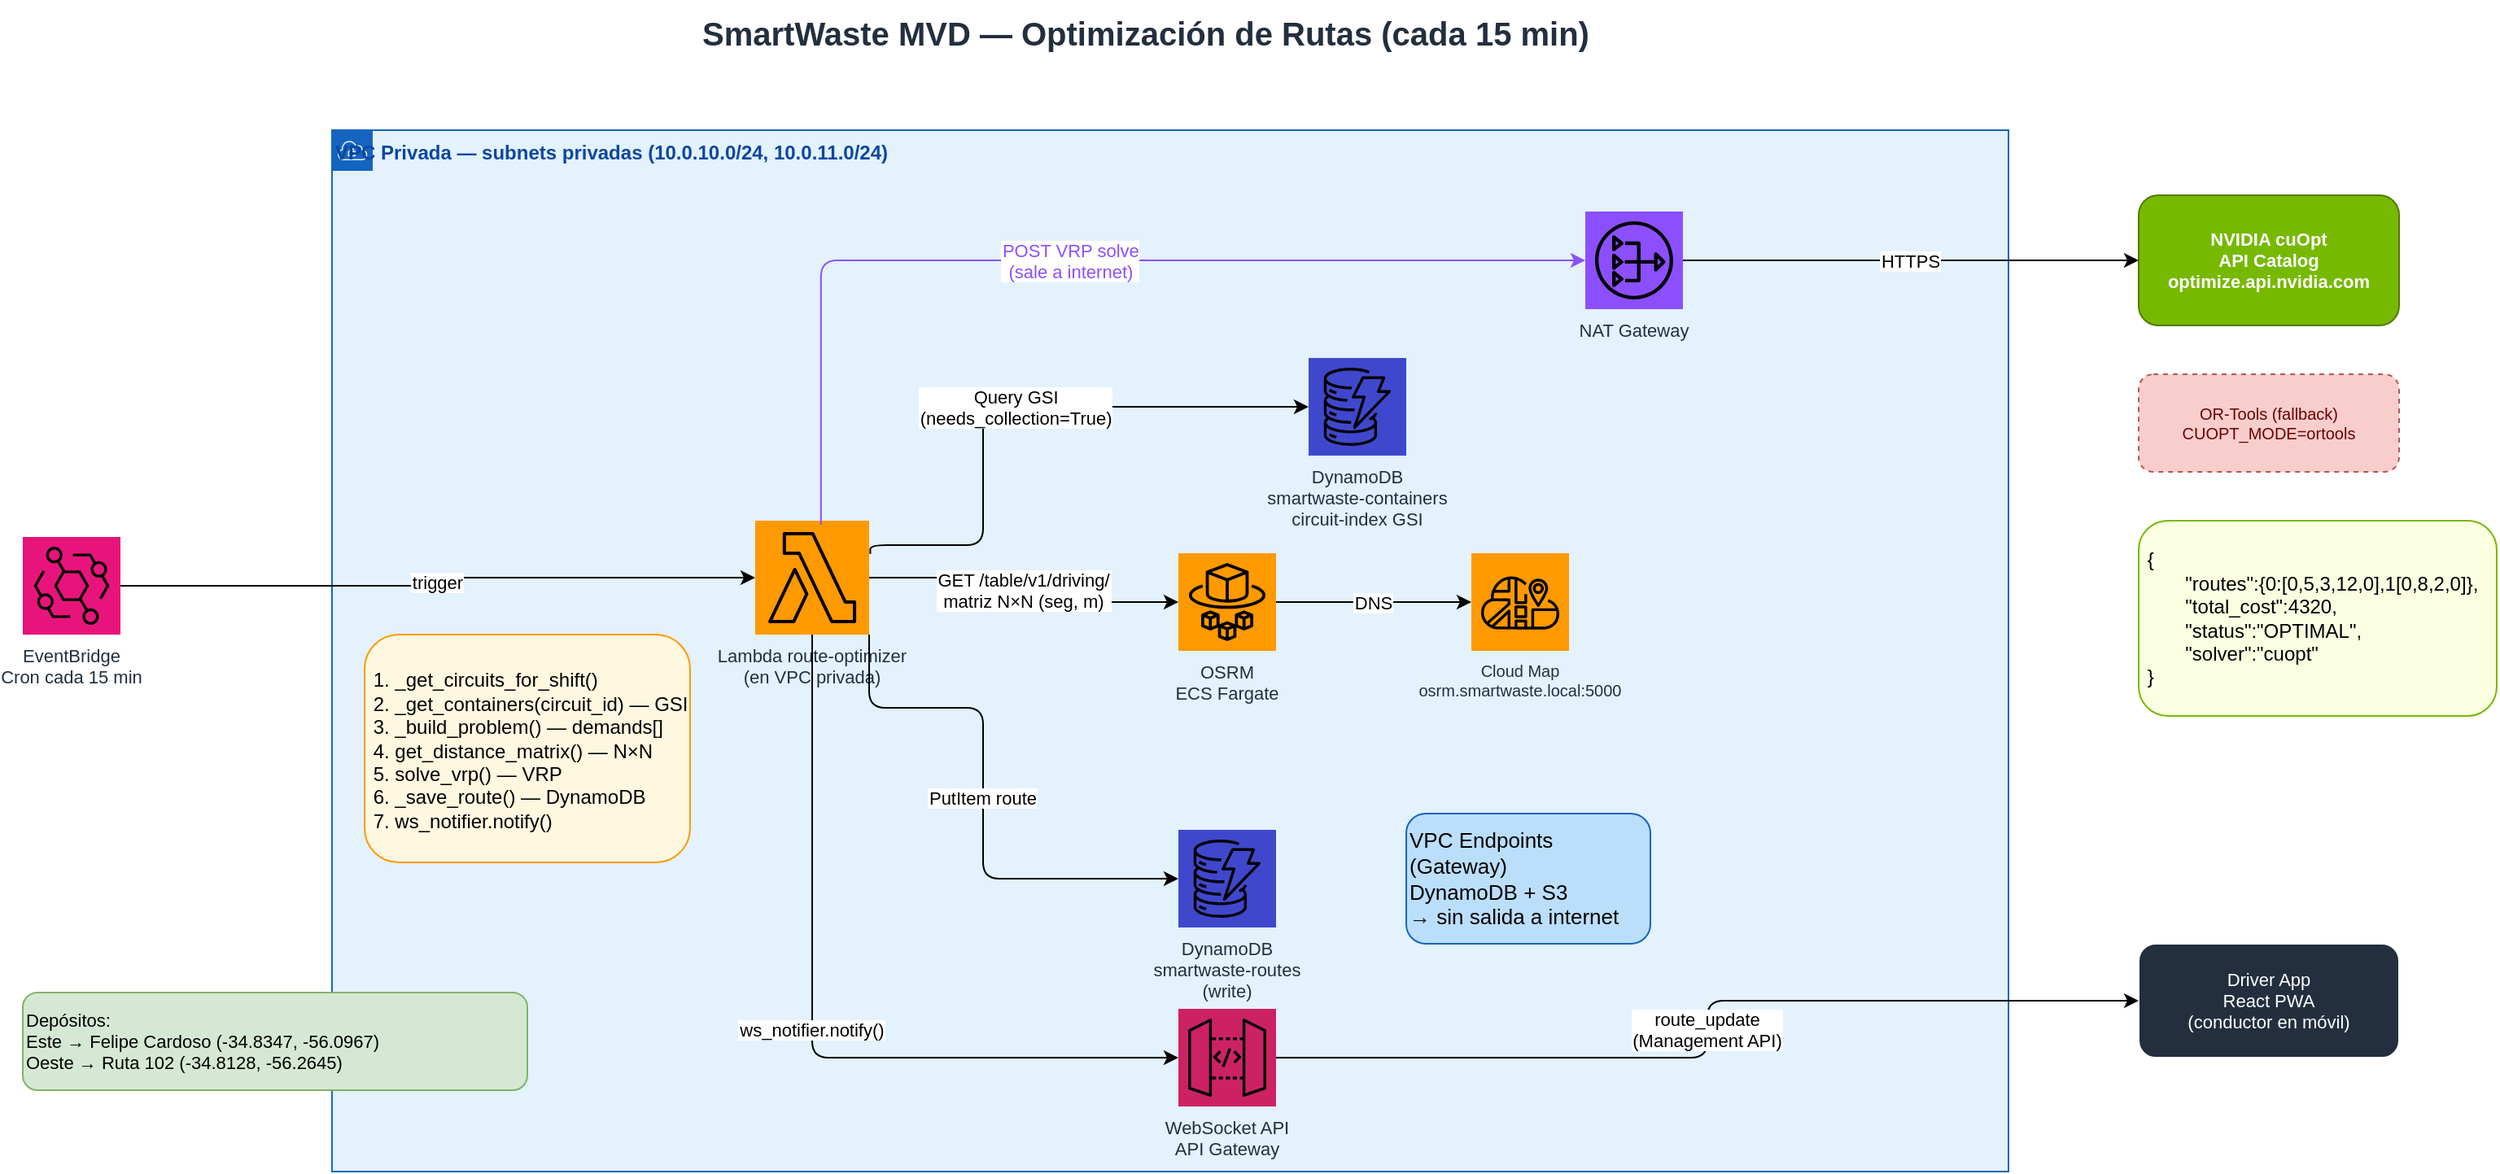
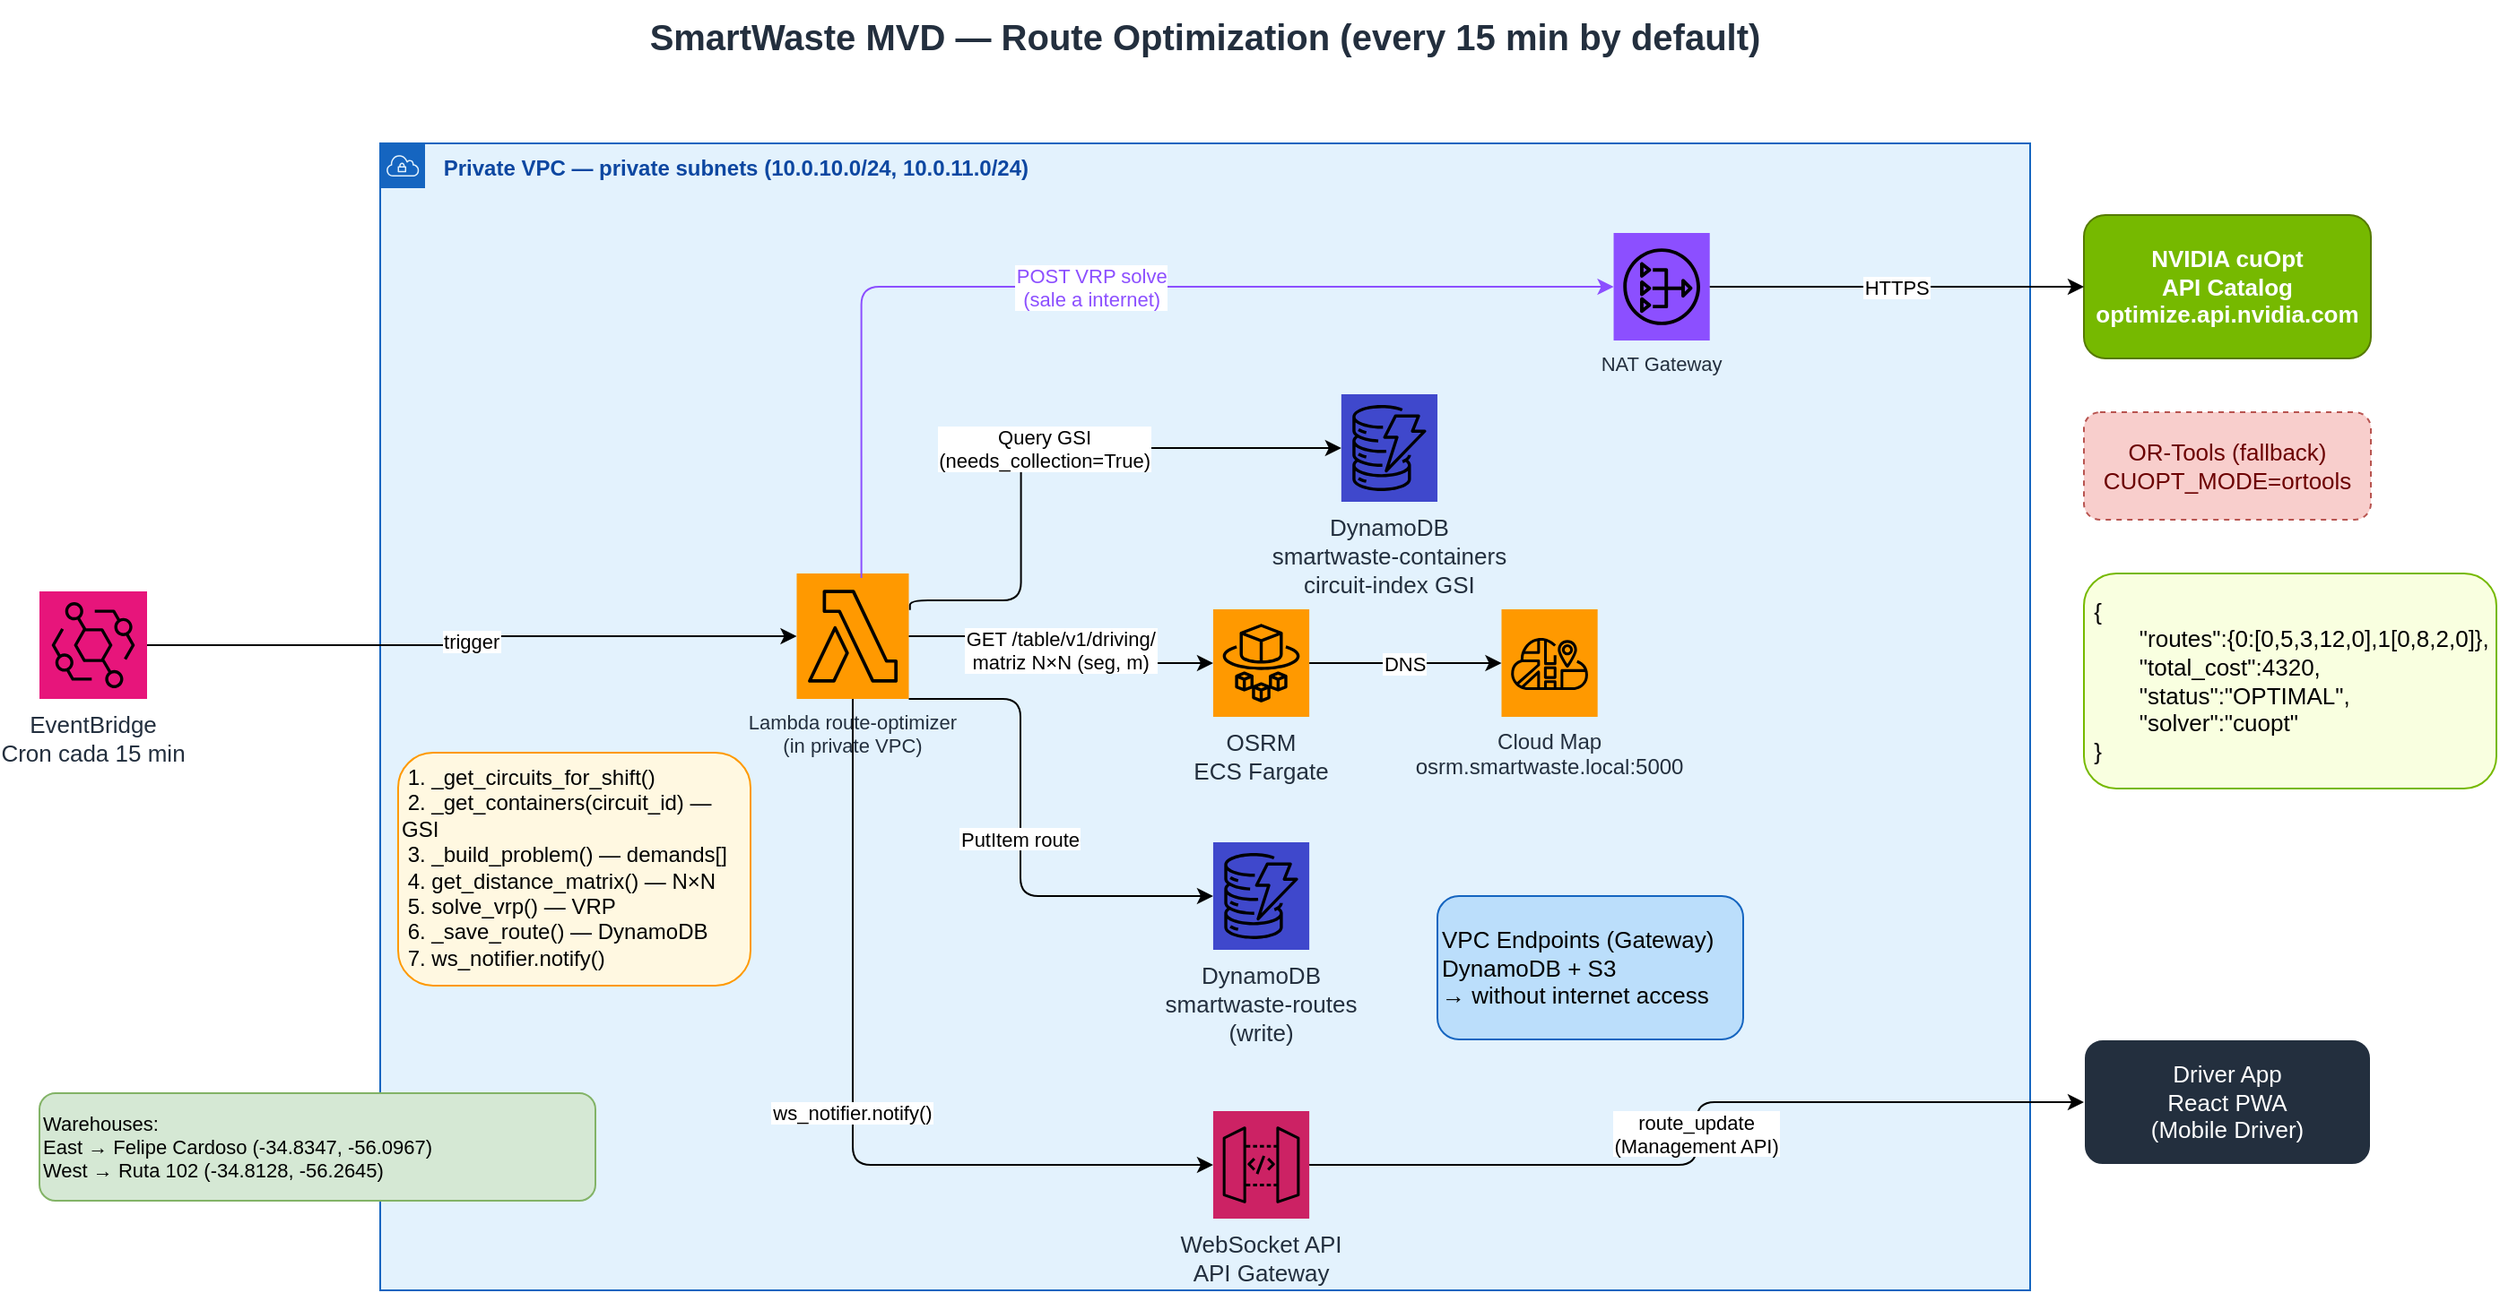
<mxfile host="app.diagrams.net">
  <diagram name="Optimizacion de Rutas" id="route-optimization">
-     <mxGraphModel dx="1071" dy="737" grid="1" gridSize="10" guides="1" tooltips="1" connect="1" arrows="1" fold="1" page="1" pageScale="1" pageWidth="1654" pageHeight="860" math="0" shadow="0" adaptiveColors="auto">
+     <mxGraphModel dx="1483" dy="1020" grid="0" gridSize="10" guides="1" tooltips="1" connect="1" arrows="1" fold="1" page="1" pageScale="1" pageWidth="1654" pageHeight="860" background="#ffffff" math="0" shadow="0" adaptiveColors="auto">
      <root>
        <mxCell id="0" />
        <mxCell id="1" parent="0" />
-         <mxCell id="title" parent="1" style="text;html=1;strokeColor=none;fillColor=none;align=center;verticalAlign=middle;whiteSpace=wrap;fontSize=20;fontStyle=1;fontColor=#232F3E;" value="SmartWaste MVD — Optimización de Rutas (cada 15 min)" vertex="1">
-           <mxGeometry height="40" width="1100" x="200" y="20" as="geometry" />
+         <mxCell id="title" parent="1" style="text;html=1;strokeColor=none;fillColor=none;align=center;verticalAlign=middle;whiteSpace=wrap;fontSize=20;fontStyle=1;fontColor=#232F3E;" value="SmartWaste MVD —&amp;nbsp;Route Optimization (every 15 min by default)" vertex="1">
+           <mxGeometry height="40" width="1100" x="160" y="20" as="geometry" />
        </mxCell>
-         <mxCell id="eb" parent="1" style="shape=mxgraph.aws4.resourceIcon;resIcon=mxgraph.aws4.eventbridge;fillColor=#E7157B;strokeColor=none;fontColor=#232F3E;fontSize=11;labelPosition=center;verticalLabelPosition=bottom;verticalAlign=top;" value="EventBridge&#xa;Cron cada 15 min" vertex="1">
+         <mxCell id="eb" parent="1" style="shape=mxgraph.aws4.resourceIcon;resIcon=mxgraph.aws4.eventbridge;fillColor=#E7157B;strokeColor=none;fontColor=#232F3E;fontSize=13;labelPosition=center;verticalLabelPosition=bottom;verticalAlign=top;" value="EventBridge&#xa;Cron cada 15 min" vertex="1">
          <mxGeometry height="60" width="60" x="60" y="350" as="geometry" />
        </mxCell>
-         <mxCell id="vpc" parent="1" style="points=[[0,0],[0.25,0],[0.5,0],[0.75,0],[1,0],[1,0.25],[1,0.5],[1,0.75],[1,1],[0.75,1],[0.5,1],[0.25,1],[0,1],[0,0.75],[0,0.5],[0,0.25]];shape=mxgraph.aws4.group;grIcon=mxgraph.aws4.group_vpc;fillColor=#E3F2FD;strokeColor=#1565C0;fontStyle=1;fontSize=12;verticalAlign=top;align=left;fontColor=#0D47A1;" value="VPC Privada — subnets privadas (10.0.10.0/24, 10.0.11.0/24)" vertex="1">
-           <mxGeometry height="640" width="1030" x="250" y="100" as="geometry" />
+         <mxCell id="vpc" parent="1" style="points=[[0,0],[0.25,0],[0.5,0],[0.75,0],[1,0],[1,0.25],[1,0.5],[1,0.75],[1,1],[0.75,1],[0.5,1],[0.25,1],[0,1],[0,0.75],[0,0.5],[0,0.25]];shape=mxgraph.aws4.group;grIcon=mxgraph.aws4.group_vpc;fillColor=#E3F2FD;strokeColor=#1565C0;fontStyle=1;fontSize=12;verticalAlign=top;align=left;fontColor=#0D47A1;" value="          Private VPC — private subnets (10.0.10.0/24, 10.0.11.0/24)" vertex="1">
+           <mxGeometry height="640" width="920" x="250" y="100" as="geometry" />
        </mxCell>
-         <mxCell id="ro" parent="vpc" style="shape=mxgraph.aws4.resourceIcon;resIcon=mxgraph.aws4.lambda;fillColor=#FF9900;strokeColor=none;fontColor=#232F3E;fontSize=11;labelPosition=center;verticalLabelPosition=bottom;verticalAlign=top;" value="Lambda route-optimizer&#xa;(en VPC privada)" vertex="1">
-           <mxGeometry height="70" width="70" x="260" y="240" as="geometry" />
+         <mxCell id="ro" parent="vpc" style="shape=mxgraph.aws4.resourceIcon;resIcon=mxgraph.aws4.lambda;fillColor=#FF9900;strokeColor=none;fontColor=#232F3E;fontSize=11;labelPosition=center;verticalLabelPosition=bottom;verticalAlign=top;" value="Lambda route-optimizer&#xa;(in private VPC)" vertex="1">
+           <mxGeometry height="70" width="62.5242718446602" x="232.23300970873788" y="240" as="geometry" />
        </mxCell>
-         <mxCell id="steps" parent="vpc" style="text;html=1;strokeColor=#FF9900;fillColor=#fff8e1;align=left;verticalAlign=top;whiteSpace=wrap;rounded=1;fontSize=10;" value="&lt;div&gt;&lt;font style=&quot;font-size: 12px;&quot;&gt;&lt;br&gt;&lt;/font&gt;&lt;/div&gt;&lt;font style=&quot;font-size: 12px;&quot;&gt;&lt;div style=&quot;&quot;&gt;&lt;span style=&quot;background-color: transparent; color: light-dark(rgb(0, 0, 0), rgb(255, 255, 255));&quot;&gt;&amp;nbsp;1. _get_circuits_for_shift()&lt;/span&gt;&lt;/div&gt;&lt;div style=&quot;&quot;&gt;&lt;span style=&quot;background-color: transparent; color: light-dark(rgb(0, 0, 0), rgb(255, 255, 255));&quot;&gt;&amp;nbsp;2. _get_containers(circuit_id) — GSI&lt;/span&gt;&lt;/div&gt;&lt;div style=&quot;&quot;&gt;&lt;span style=&quot;background-color: transparent; color: light-dark(rgb(0, 0, 0), rgb(255, 255, 255));&quot;&gt;&amp;nbsp;3. _build_problem() — demands[]&lt;/span&gt;&lt;/div&gt;&lt;div style=&quot;&quot;&gt;&lt;span style=&quot;background-color: transparent; color: light-dark(rgb(0, 0, 0), rgb(255, 255, 255));&quot;&gt;&amp;nbsp;4. get_distance_matrix() — N×N&lt;/span&gt;&lt;/div&gt;&lt;div style=&quot;&quot;&gt;&lt;span style=&quot;background-color: transparent; color: light-dark(rgb(0, 0, 0), rgb(255, 255, 255));&quot;&gt;&amp;nbsp;5. solve_vrp() — VRP&lt;/span&gt;&lt;/div&gt;&lt;div style=&quot;&quot;&gt;&lt;span style=&quot;background-color: transparent; color: light-dark(rgb(0, 0, 0), rgb(255, 255, 255));&quot;&gt;&amp;nbsp;6. _save_route() — DynamoDB&lt;/span&gt;&lt;/div&gt;&lt;div style=&quot;&quot;&gt;&lt;span style=&quot;background-color: transparent; color: light-dark(rgb(0, 0, 0), rgb(255, 255, 255));&quot;&gt;&amp;nbsp;7. ws_notifier.notify()&lt;/span&gt;&lt;/div&gt;&lt;/font&gt;" vertex="1">
-           <mxGeometry height="140" width="200" x="20" y="310" as="geometry" />
+         <mxCell id="steps" parent="vpc" style="text;html=1;strokeColor=#FF9900;fillColor=#fff8e1;align=left;verticalAlign=top;whiteSpace=wrap;rounded=1;fontSize=10;" value="&lt;div&gt;&lt;span style=&quot;background-color: transparent; color: light-dark(rgb(0, 0, 0), rgb(255, 255, 255)); font-size: 12px;&quot;&gt;&amp;nbsp;1. _get_circuits_for_shift()&lt;/span&gt;&lt;/div&gt;&lt;font style=&quot;font-size: 12px;&quot;&gt;&lt;div style=&quot;&quot;&gt;&lt;span style=&quot;background-color: transparent; color: light-dark(rgb(0, 0, 0), rgb(255, 255, 255));&quot;&gt;&amp;nbsp;2. _get_containers(circuit_id) — GSI&lt;/span&gt;&lt;/div&gt;&lt;div style=&quot;&quot;&gt;&lt;span style=&quot;background-color: transparent; color: light-dark(rgb(0, 0, 0), rgb(255, 255, 255));&quot;&gt;&amp;nbsp;3. _build_problem() — demands[]&lt;/span&gt;&lt;/div&gt;&lt;div style=&quot;&quot;&gt;&lt;span style=&quot;background-color: transparent; color: light-dark(rgb(0, 0, 0), rgb(255, 255, 255));&quot;&gt;&amp;nbsp;4. get_distance_matrix() — N×N&lt;/span&gt;&lt;/div&gt;&lt;div style=&quot;&quot;&gt;&lt;span style=&quot;background-color: transparent; color: light-dark(rgb(0, 0, 0), rgb(255, 255, 255));&quot;&gt;&amp;nbsp;5. solve_vrp() — VRP&lt;/span&gt;&lt;/div&gt;&lt;div style=&quot;&quot;&gt;&lt;span style=&quot;background-color: transparent; color: light-dark(rgb(0, 0, 0), rgb(255, 255, 255));&quot;&gt;&amp;nbsp;6. _save_route() — DynamoDB&lt;/span&gt;&lt;/div&gt;&lt;div style=&quot;&quot;&gt;&lt;span style=&quot;background-color: transparent; color: light-dark(rgb(0, 0, 0), rgb(255, 255, 255));&quot;&gt;&amp;nbsp;7. ws_notifier.notify()&lt;/span&gt;&lt;/div&gt;&lt;/font&gt;" vertex="1">
+           <mxGeometry height="130" width="196.5" x="10" y="340" as="geometry" />
        </mxCell>
-         <mxCell id="dyn_r" parent="vpc" style="shape=mxgraph.aws4.resourceIcon;resIcon=mxgraph.aws4.dynamodb;fillColor=#3F48CC;strokeColor=none;fontColor=#232F3E;fontSize=11;labelPosition=center;verticalLabelPosition=bottom;verticalAlign=top;" value="DynamoDB&#xa;smartwaste-containers&#xa;circuit-index GSI" vertex="1">
-           <mxGeometry height="60" width="60" x="600" y="140" as="geometry" />
+         <mxCell id="dyn_r" parent="vpc" style="shape=mxgraph.aws4.resourceIcon;resIcon=mxgraph.aws4.dynamodb;fillColor=#3F48CC;strokeColor=none;fontColor=#232F3E;fontSize=13;labelPosition=center;verticalLabelPosition=bottom;verticalAlign=top;" value="DynamoDB&#xa;smartwaste-containers&#xa;circuit-index GSI" vertex="1">
+           <mxGeometry height="60" width="53.59223300970874" x="535.9223300970874" y="140" as="geometry" />
        </mxCell>
-         <mxCell id="osrm_ecs" parent="vpc" style="shape=mxgraph.aws4.resourceIcon;resIcon=mxgraph.aws4.fargate;fillColor=#FF9900;strokeColor=none;fontColor=#232F3E;fontSize=11;labelPosition=center;verticalLabelPosition=bottom;verticalAlign=top;" value="OSRM&#xa;ECS Fargate" vertex="1">
-           <mxGeometry height="60" width="60" x="520" y="260" as="geometry" />
+         <mxCell id="osrm_ecs" parent="vpc" style="shape=mxgraph.aws4.resourceIcon;resIcon=mxgraph.aws4.fargate;fillColor=#FF9900;strokeColor=none;fontColor=#232F3E;fontSize=13;labelPosition=center;verticalLabelPosition=bottom;verticalAlign=top;" value="OSRM&#xa;ECS Fargate" vertex="1">
+           <mxGeometry height="60" width="53.59223300970874" x="464.46601941747576" y="260" as="geometry" />
        </mxCell>
-         <mxCell id="cloudmap" parent="vpc" style="shape=mxgraph.aws4.resourceIcon;resIcon=mxgraph.aws4.cloud_map;fillColor=#FF9900;strokeColor=none;fontColor=#232F3E;fontSize=10;labelPosition=center;verticalLabelPosition=bottom;verticalAlign=top;" value="Cloud Map&#xa;osrm.smartwaste.local:5000" vertex="1">
-           <mxGeometry height="60" width="60" x="700" y="260" as="geometry" />
+         <mxCell id="cloudmap" parent="vpc" style="shape=mxgraph.aws4.resourceIcon;resIcon=mxgraph.aws4.cloud_map;fillColor=#FF9900;strokeColor=none;fontColor=#232F3E;fontSize=12;labelPosition=center;verticalLabelPosition=bottom;verticalAlign=top;" value="Cloud Map&#xa;osrm.smartwaste.local:5000" vertex="1">
+           <mxGeometry height="60" width="53.59223300970874" x="625.242718446602" y="260" as="geometry" />
        </mxCell>
-         <mxCell id="dyn_w" parent="vpc" style="shape=mxgraph.aws4.resourceIcon;resIcon=mxgraph.aws4.dynamodb;fillColor=#3F48CC;strokeColor=none;fontColor=#232F3E;fontSize=11;labelPosition=center;verticalLabelPosition=bottom;verticalAlign=top;" value="DynamoDB&#xa;smartwaste-routes&#xa;(write)" vertex="1">
-           <mxGeometry height="60" width="60" x="520" y="430" as="geometry" />
+         <mxCell id="dyn_w" parent="vpc" style="shape=mxgraph.aws4.resourceIcon;resIcon=mxgraph.aws4.dynamodb;fillColor=#3F48CC;strokeColor=none;fontColor=#232F3E;fontSize=13;labelPosition=center;verticalLabelPosition=bottom;verticalAlign=top;" value="DynamoDB&#xa;smartwaste-routes&#xa;(write)" vertex="1">
+           <mxGeometry height="60" width="53.59223300970874" x="464.46601941747576" y="390" as="geometry" />
        </mxCell>
        <mxCell id="nat" parent="vpc" style="shape=mxgraph.aws4.resourceIcon;resIcon=mxgraph.aws4.nat_gateway;fillColor=#8C4FFF;strokeColor=none;fontColor=#232F3E;fontSize=11;labelPosition=center;verticalLabelPosition=bottom;verticalAlign=top;" value="NAT Gateway" vertex="1">
-           <mxGeometry height="60" width="60" x="770" y="50" as="geometry" />
+           <mxGeometry height="60" width="53.59223300970874" x="687.7669902912621" y="50" as="geometry" />
        </mxCell>
-         <mxCell id="vpc_ep" parent="vpc" style="text;html=1;strokeColor=#1565C0;fillColor=#bbdefb;align=left;verticalAlign=middle;whiteSpace=wrap;rounded=1;fontSize=10;" value="&lt;font style=&quot;font-size: 13px;&quot;&gt;VPC Endpoints (Gateway)&lt;br&gt;DynamoDB + S3&lt;br&gt;→ sin salida a internet&lt;/font&gt;" vertex="1">
-           <mxGeometry height="80" width="150" x="660" y="420" as="geometry" />
+         <mxCell id="vpc_ep" parent="vpc" style="text;html=1;strokeColor=#1565C0;fillColor=#bbdefb;align=left;verticalAlign=middle;whiteSpace=wrap;rounded=1;fontSize=10;" value="&lt;font style=&quot;font-size: 13px;&quot;&gt;VPC Endpoints (Gateway)&lt;br&gt;DynamoDB + S3&lt;br&gt;→ without internet access&lt;/font&gt;" vertex="1">
+           <mxGeometry height="80" width="170.49" x="589.51" y="420" as="geometry" />
        </mxCell>
-         <mxCell id="ws_api" parent="vpc" style="shape=mxgraph.aws4.resourceIcon;resIcon=mxgraph.aws4.api_gateway;fillColor=#CC2264;strokeColor=none;fontColor=#232F3E;fontSize=11;labelPosition=center;verticalLabelPosition=bottom;verticalAlign=top;" value="WebSocket API&#xa;API Gateway" vertex="1">
-           <mxGeometry height="60" width="60" x="520" y="540" as="geometry" />
+         <mxCell id="ws_api" parent="vpc" style="shape=mxgraph.aws4.resourceIcon;resIcon=mxgraph.aws4.api_gateway;fillColor=#CC2264;strokeColor=none;fontColor=#232F3E;fontSize=13;labelPosition=center;verticalLabelPosition=bottom;verticalAlign=top;" value="WebSocket API&#xa;API Gateway" vertex="1">
+           <mxGeometry height="60" width="53.59223300970874" x="464.46601941747576" y="540" as="geometry" />
        </mxCell>
        <mxCell id="e_ro_dynr" edge="1" parent="vpc" source="ro" style="edgeStyle=orthogonalEdgeStyle;rounded=1;exitX=1.01;exitY=0.291;exitDx=0;exitDy=0;entryX=0;entryY=0.5;entryDx=0;entryDy=0;exitPerimeter=0;" target="dyn_r" value="Query GSI&#xa;(needs_collection=True)">
          <mxGeometry relative="1" as="geometry">
            <Array as="points">
-               <mxPoint x="331" y="255" />
-               <mxPoint x="400" y="255" />
-               <mxPoint x="400" y="170" />
+               <mxPoint x="295.65048543689323" y="255" />
+               <mxPoint x="357.2815533980583" y="255" />
+               <mxPoint x="357.2815533980583" y="170" />
            </Array>
          </mxGeometry>
        </mxCell>
        <mxCell id="e_ro_osrm" edge="1" parent="vpc" source="ro" style="edgeStyle=orthogonalEdgeStyle;rounded=1;exitX=1;exitY=0.5;exitDx=0;exitDy=0;entryX=0;entryY=0.5;entryDx=0;entryDy=0;" target="osrm_ecs" value="GET /table/v1/driving/&#xa;matriz N×N (seg, m)">
          <mxGeometry relative="1" as="geometry" />
        </mxCell>
        <mxCell id="e_osrm_cm" edge="1" parent="vpc" source="osrm_ecs" style="edgeStyle=orthogonalEdgeStyle;rounded=1;" target="cloudmap" value="DNS">
          <mxGeometry relative="1" as="geometry" />
        </mxCell>
        <mxCell id="e_ro_dynw" edge="1" parent="vpc" source="ro" style="edgeStyle=orthogonalEdgeStyle;rounded=1;exitX=1;exitY=1;exitDx=0;exitDy=0;entryX=0;entryY=0.5;entryDx=0;entryDy=0;" target="dyn_w" value="PutItem route">
          <mxGeometry relative="1" as="geometry">
            <Array as="points">
-               <mxPoint x="400" y="355" />
-               <mxPoint x="400" y="460" />
+               <mxPoint x="357" y="310" />
+               <mxPoint x="357" y="420" />
            </Array>
          </mxGeometry>
        </mxCell>
        <mxCell id="e_ro_ws" edge="1" parent="vpc" source="ro" style="edgeStyle=orthogonalEdgeStyle;rounded=1;exitX=0.5;exitY=1;exitDx=0;exitDy=0;entryX=0;entryY=0.5;entryDx=0;entryDy=0;" target="ws_api" value="ws_notifier.notify()">
          <mxGeometry relative="1" as="geometry">
            <Array as="points">
-               <mxPoint x="295" y="570" />
+               <mxPoint x="263.495145631068" y="570" />
            </Array>
          </mxGeometry>
        </mxCell>
        <mxCell id="e_ro_nat" edge="1" parent="vpc" source="ro" style="edgeStyle=orthogonalEdgeStyle;rounded=1;exitX=0.577;exitY=0.035;exitDx=0;exitDy=0;entryX=0;entryY=0.5;entryDx=0;entryDy=0;strokeColor=#8C4FFF;fontColor=#8C4FFF;exitPerimeter=0;" target="nat" value="POST VRP solve&#xa;(sale a internet)">
          <mxGeometry relative="1" as="geometry">
            <Array as="points">
-               <mxPoint x="300" y="80" />
+               <mxPoint x="267.9611650485437" y="80" />
            </Array>
          </mxGeometry>
        </mxCell>
-         <mxCell id="cuopt" parent="1" style="rounded=1;whiteSpace=wrap;html=1;fillColor=#76b900;strokeColor=#557a00;fontColor=#ffffff;fontSize=11;fontStyle=1;" value="NVIDIA cuOpt&#xa;API Catalog&#xa;optimize.api.nvidia.com" vertex="1">
-           <mxGeometry height="80" width="160" x="1360" y="140" as="geometry" />
+         <mxCell id="cuopt" parent="1" style="rounded=1;whiteSpace=wrap;html=1;fillColor=#76b900;strokeColor=#557a00;fontColor=#ffffff;fontSize=11;fontStyle=1;" value="&lt;font style=&quot;font-size: 13px;&quot;&gt;NVIDIA cuOpt&lt;br&gt;API Catalog&lt;br&gt;optimize.api.nvidia.com&lt;/font&gt;" vertex="1">
+           <mxGeometry height="80" width="160" x="1200" y="140" as="geometry" />
        </mxCell>
-         <mxCell id="ortools" parent="1" style="rounded=1;whiteSpace=wrap;html=1;fillColor=#f8cecc;strokeColor=#b85450;fontColor=#6c0000;fontSize=10;dashed=1;" value="OR-Tools (fallback)&#xa;CUOPT_MODE=ortools" vertex="1">
-           <mxGeometry height="60" width="160" x="1360" y="250" as="geometry" />
+         <mxCell id="ortools" parent="1" style="rounded=1;whiteSpace=wrap;html=1;fillColor=#f8cecc;strokeColor=#b85450;fontColor=#6c0000;fontSize=10;dashed=1;" value="&lt;font style=&quot;font-size: 13px;&quot;&gt;OR-Tools (fallback)&lt;br&gt;CUOPT_MODE=ortools&lt;/font&gt;" vertex="1">
+           <mxGeometry height="60" width="160" x="1200" y="250" as="geometry" />
        </mxCell>
-         <mxCell id="driver" parent="1" style="rounded=1;whiteSpace=wrap;html=1;fillColor=#232F3E;strokeColor=#ffffff;fontColor=#ffffff;fontSize=11;" value="Driver App&#xa;React PWA&#xa;(conductor en móvil)" vertex="1">
-           <mxGeometry height="70" width="160" x="1360" y="600" as="geometry" />
+         <mxCell id="driver" parent="1" style="rounded=1;whiteSpace=wrap;html=1;fillColor=#232F3E;strokeColor=#ffffff;fontColor=#ffffff;fontSize=11;" value="&lt;font style=&quot;font-size: 13px;&quot;&gt;Driver App&lt;br&gt;React PWA&lt;br&gt;(Mobile Driver)&lt;/font&gt;" vertex="1">
+           <mxGeometry height="70" width="160" x="1200" y="600" as="geometry" />
        </mxCell>
        <mxCell id="e_eb_ro" edge="1" parent="1" source="eb" style="edgeStyle=orthogonalEdgeStyle;rounded=1;exitX=1;exitY=0.5;exitDx=0;exitDy=0;entryX=0;entryY=0.5;entryDx=0;entryDy=0;" target="ro" value="trigger">
          <mxGeometry relative="1" as="geometry" />
        </mxCell>
        <mxCell id="e_nat_cuopt" edge="1" parent="1" source="nat" style="edgeStyle=orthogonalEdgeStyle;rounded=1;exitX=1;exitY=0.5;exitDx=0;exitDy=0;entryX=0;entryY=0.5;entryDx=0;entryDy=0;" target="cuopt" value="HTTPS">
          <mxGeometry relative="1" as="geometry" />
        </mxCell>
        <mxCell id="e_ws_drv" edge="1" parent="1" source="ws_api" style="edgeStyle=orthogonalEdgeStyle;rounded=1;exitX=1;exitY=0.5;exitDx=0;exitDy=0;entryX=0;entryY=0.5;entryDx=0;entryDy=0;" target="driver" value="route_update&#xa;(Management API)">
          <mxGeometry relative="1" as="geometry" />
        </mxCell>
-         <mxCell id="depots" parent="1" style="text;html=1;strokeColor=#82b366;fillColor=#d5e8d4;align=left;verticalAlign=middle;whiteSpace=wrap;rounded=1;fontSize=11;" value="Depósitos:&#xa;Este → Felipe Cardoso (-34.8347, -56.0967)&#xa;Oeste → Ruta 102 (-34.8128, -56.2645)" vertex="1">
+         <mxCell id="depots" parent="1" style="text;html=1;strokeColor=#82b366;fillColor=#d5e8d4;align=left;verticalAlign=middle;whiteSpace=wrap;rounded=1;fontSize=11;" value="Warehouses:&lt;br&gt;East → Felipe Cardoso (-34.8347, -56.0967)&lt;br&gt;West → Ruta 102 (-34.8128, -56.2645)" vertex="1">
          <mxGeometry height="60" width="310" x="60" y="630" as="geometry" />
        </mxCell>
-         <mxCell id="cuopt_result" parent="1" style="text;html=1;strokeColor=#76b900;fillColor=#f9ffe0;align=left;verticalAlign=middle;whiteSpace=wrap;rounded=1;fontSize=10;" value="&lt;font style=&quot;font-size: 12px;&quot;&gt;&amp;nbsp;{&lt;/font&gt;&lt;div&gt;&lt;font style=&quot;font-size: 12px;&quot;&gt;&lt;span style=&quot;white-space: pre;&quot;&gt;&#x9;&lt;/span&gt;&quot;routes&quot;:{0:[0,5,3,12,0],1[0,8,2,0]},&lt;/font&gt;&lt;/div&gt;&lt;div&gt;&lt;font style=&quot;font-size: 12px;&quot;&gt;&lt;span style=&quot;white-space: pre;&quot;&gt;&#x9;&lt;/span&gt;&quot;total_cost&quot;:4320,&lt;/font&gt;&lt;div&gt;&lt;font style=&quot;font-size: 12px;&quot;&gt;&lt;span style=&quot;white-space: pre;&quot;&gt;&#x9;&lt;/span&gt;&quot;status&quot;:&quot;OPTIMAL&quot;,&lt;/font&gt;&lt;/div&gt;&lt;div&gt;&lt;font style=&quot;font-size: 12px;&quot;&gt;&lt;span style=&quot;white-space: pre;&quot;&gt;&#x9;&lt;/span&gt;&quot;solver&quot;:&quot;cuopt&quot;&lt;/font&gt;&lt;/div&gt;&lt;div&gt;&lt;font style=&quot;font-size: 12px;&quot;&gt;&amp;nbsp;}&lt;/font&gt;&lt;/div&gt;&lt;/div&gt;" vertex="1">
-           <mxGeometry height="120" width="220" x="1360" y="340" as="geometry" />
+         <mxCell id="cuopt_result" parent="1" style="text;html=1;strokeColor=#76b900;fillColor=#f9ffe0;align=left;verticalAlign=middle;whiteSpace=wrap;rounded=1;fontSize=10;" value="&lt;font style=&quot;font-size: 13px;&quot;&gt;&amp;nbsp;{&lt;/font&gt;&lt;div&gt;&lt;font style=&quot;font-size: 13px;&quot;&gt;&lt;span style=&quot;white-space: pre;&quot;&gt;&#x9;&lt;/span&gt;&quot;routes&quot;:{0:[0,5,3,12,0],1[0,8,2,0]},&lt;/font&gt;&lt;/div&gt;&lt;div&gt;&lt;font style=&quot;font-size: 13px;&quot;&gt;&lt;span style=&quot;white-space: pre;&quot;&gt;&#x9;&lt;/span&gt;&quot;total_cost&quot;:4320,&lt;/font&gt;&lt;div&gt;&lt;font style=&quot;font-size: 13px;&quot;&gt;&lt;span style=&quot;white-space: pre;&quot;&gt;&#x9;&lt;/span&gt;&quot;status&quot;:&quot;OPTIMAL&quot;,&lt;/font&gt;&lt;/div&gt;&lt;div&gt;&lt;font style=&quot;font-size: 13px;&quot;&gt;&lt;span style=&quot;white-space: pre;&quot;&gt;&#x9;&lt;/span&gt;&quot;solver&quot;:&quot;cuopt&quot;&lt;/font&gt;&lt;/div&gt;&lt;div&gt;&lt;font style=&quot;font-size: 13px;&quot;&gt;&amp;nbsp;}&lt;/font&gt;&lt;/div&gt;&lt;/div&gt;" vertex="1">
+           <mxGeometry height="120" width="230" x="1200" y="340" as="geometry" />
        </mxCell>
      </root>
    </mxGraphModel>
  </diagram>
</mxfile>
